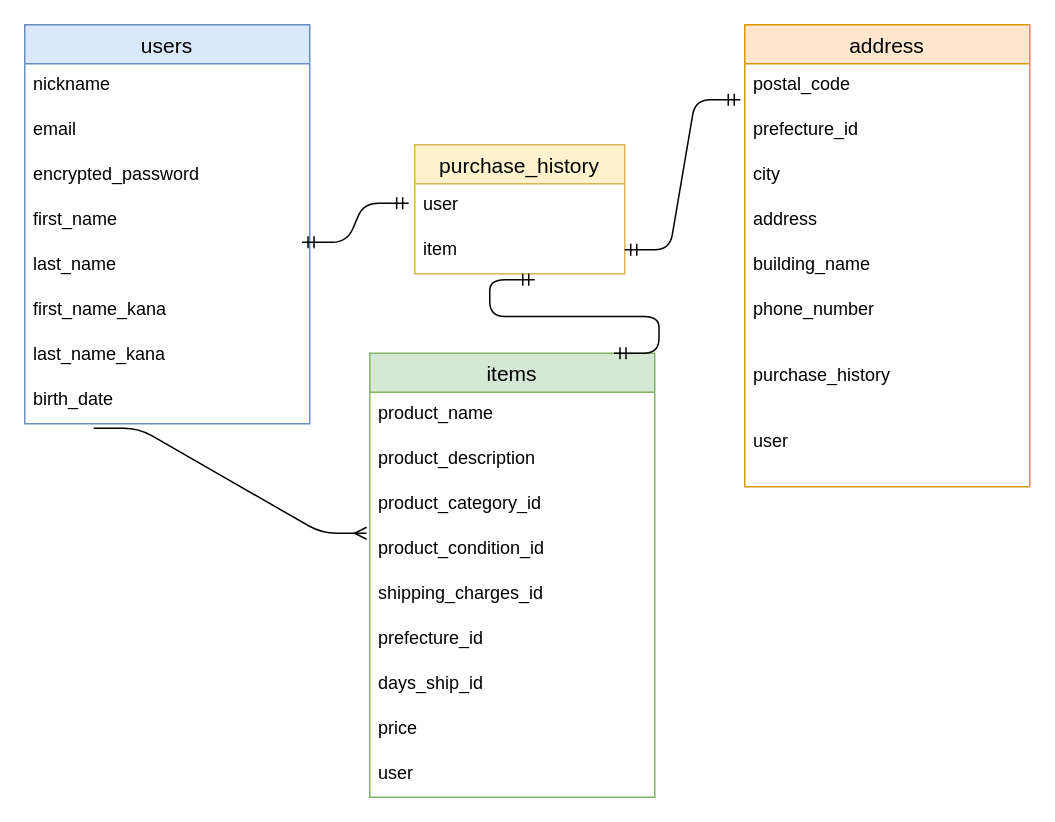
Before: ERZU.dio in Yuuki0205/furima-35553, a draw.io diagram. Source tidied: cells renumbered, new cells numbered last; positions are measured from the earlier drawing's top-left corner, leaving out a move shared by most shapes. Both pictures are drawn from the tidied source at 150%, with x=0, y=0 at pixel (24, 24).
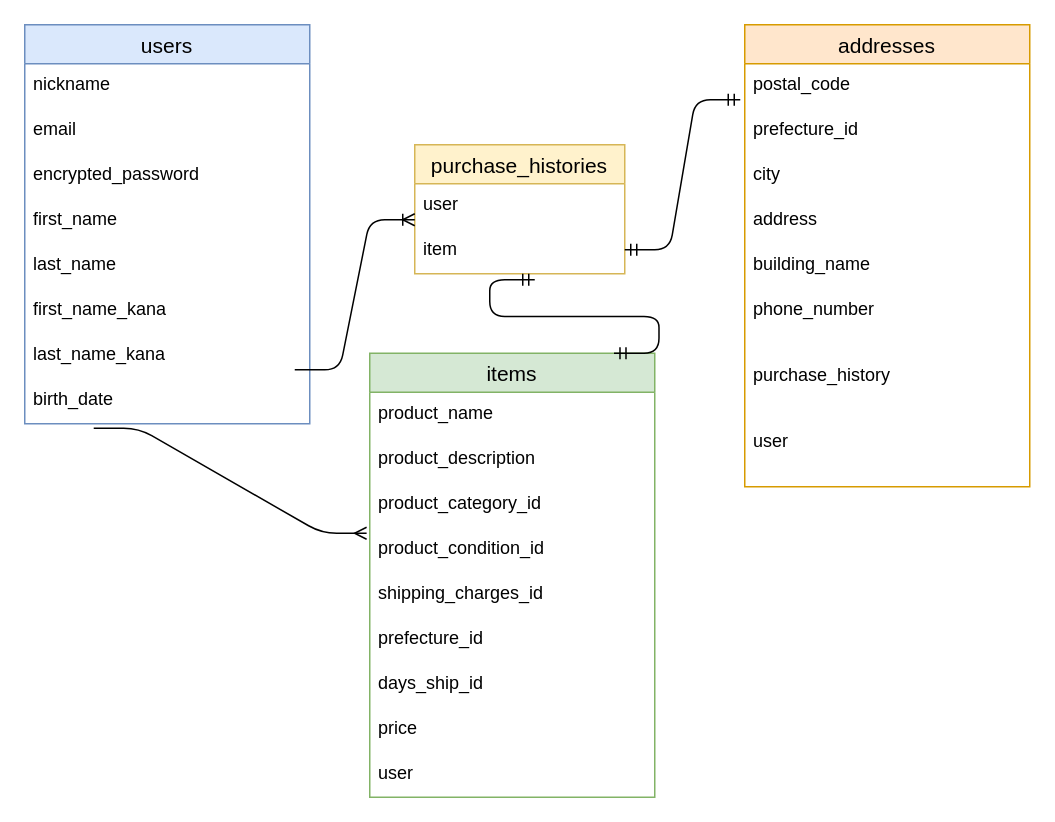
Above is the later version.

Commit message (it also covers changes not shown here):
データベース設計

The change refers to these unchanged cells:
```xml
<mxCell id="7" value="last_name" style="text;strokeColor=none;fillColor=none;spacingLeft=4;spacingRight=4;overflow=hidden;points=[[0,0.5],[1,0.5]];portConstraint=eastwest;fontSize=12;" parent="2" vertex="1">
  <mxGeometry y="146" width="190" height="30" as="geometry" />
</mxCell>
<mxCell id="33" value="user " style="text;strokeColor=none;fillColor=none;spacingLeft=4;spacingRight=4;overflow=hidden;points=[[0,0.5],[1,0.5]];portConstraint=eastwest;fontSize=12;" parent="32" vertex="1">
  <mxGeometry y="26" width="140" height="30" as="geometry" />
</mxCell>
```

Change to the diagram source:
```diff
@@
-    <mxCell id="22" value="address" style="swimlane;fontStyle=0;horizontal=1;startSize=26;align=center;fontSize=14;fillColor=#ffe6cc;strokeColor=#d79b00;" parent="1" vertex="1">
+    <mxCell id="22" value="addresses" style="swimlane;fontStyle=0;horizontal=1;startSize=26;align=center;fontSize=14;fillColor=#ffe6cc;strokeColor=#d79b00;" parent="1" vertex="1">
       <mxGeometry x="480" width="190" height="308" as="geometry" />
     </mxCell>
@@
-    <mxCell id="32" value="purchase_history" style="swimlane;fontStyle=0;horizontal=1;startSize=26;align=center;fontSize=14;fillColor=#fff2cc;strokeColor=#d6b656;" parent="1" vertex="1">
+    <mxCell id="32" value="purchase_histories" style="swimlane;fontStyle=0;horizontal=1;startSize=26;align=center;fontSize=14;fillColor=#fff2cc;strokeColor=#d6b656;" parent="1" vertex="1">
       <mxGeometry x="260" y="80" width="140" height="86" as="geometry" />
     </mxCell>
@@
-    <mxCell id="36" style="edgeStyle=entityRelationEdgeStyle;fontSize=12;html=1;endArrow=ERmandOne;startArrow=ERmandOne;exitX=0.973;exitY=-0.033;exitDx=0;exitDy=0;exitPerimeter=0;entryX=-0.029;entryY=0.433;entryDx=0;entryDy=0;entryPerimeter=0;" parent="1" edge="1" source="7" target="33">
-      <mxGeometry relative="1" as="geometry" />
-    </mxCell>
@@
+    <mxCell id="38" style="edgeStyle=entityRelationEdgeStyle;fontSize=12;html=1;endArrow=ERoneToMany;" parent="1" edge="1">
+      <mxGeometry relative="1" as="geometry">
+        <mxPoint x="180" y="230" as="sourcePoint" />
+        <mxPoint x="260" y="130" as="targetPoint" />
+      </mxGeometry>
+    </mxCell>
```
